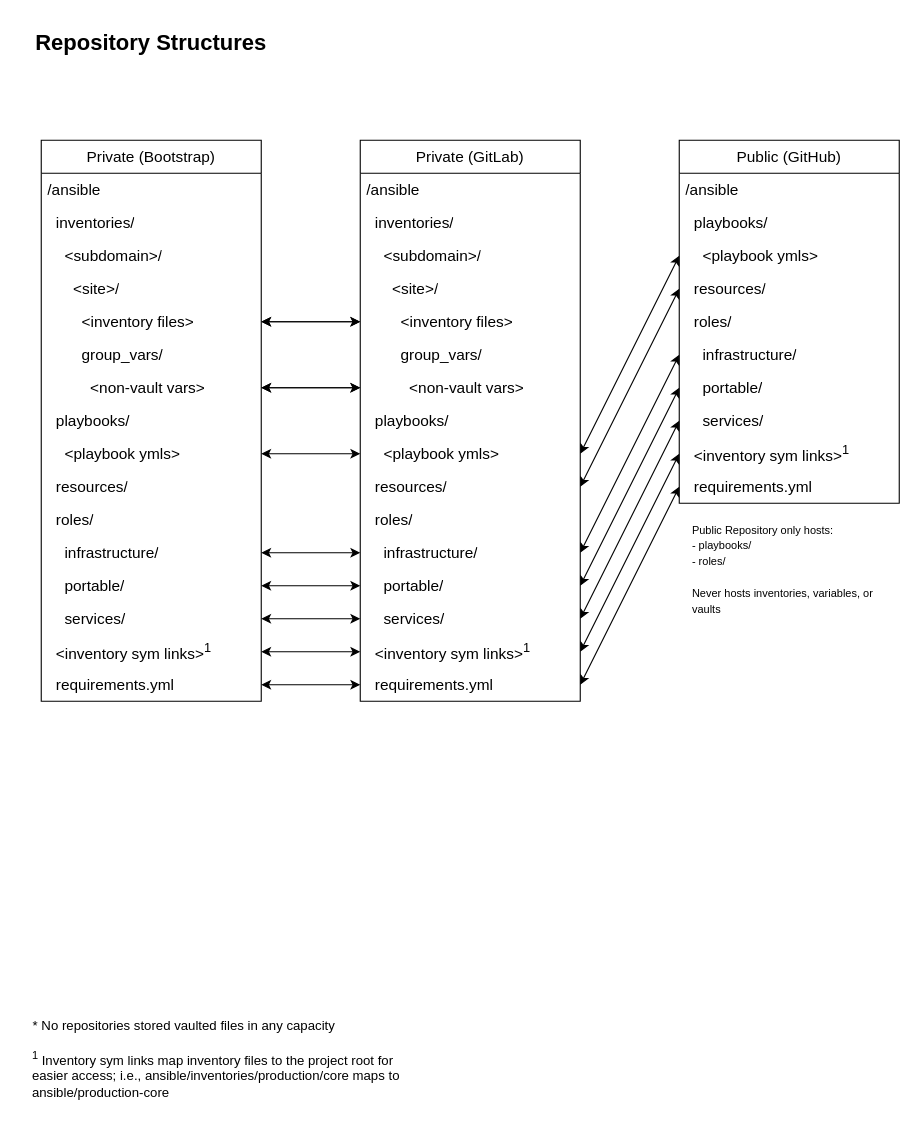
integrateddefense/lab_infra keeps this draw.io diagram as page "Page-2" (2 of 2) of diagrams/Subsystems/Code.drawio. Above is the earlier version. Source tidied: cells renumbered, new cells numbered last; positions are measured from the earlier drawing's top-left corner, leaving out a move shared by most shapes. Both pictures are drawn from the tidied source at 110%, with x=0, y=0 at pixel (19, 19).
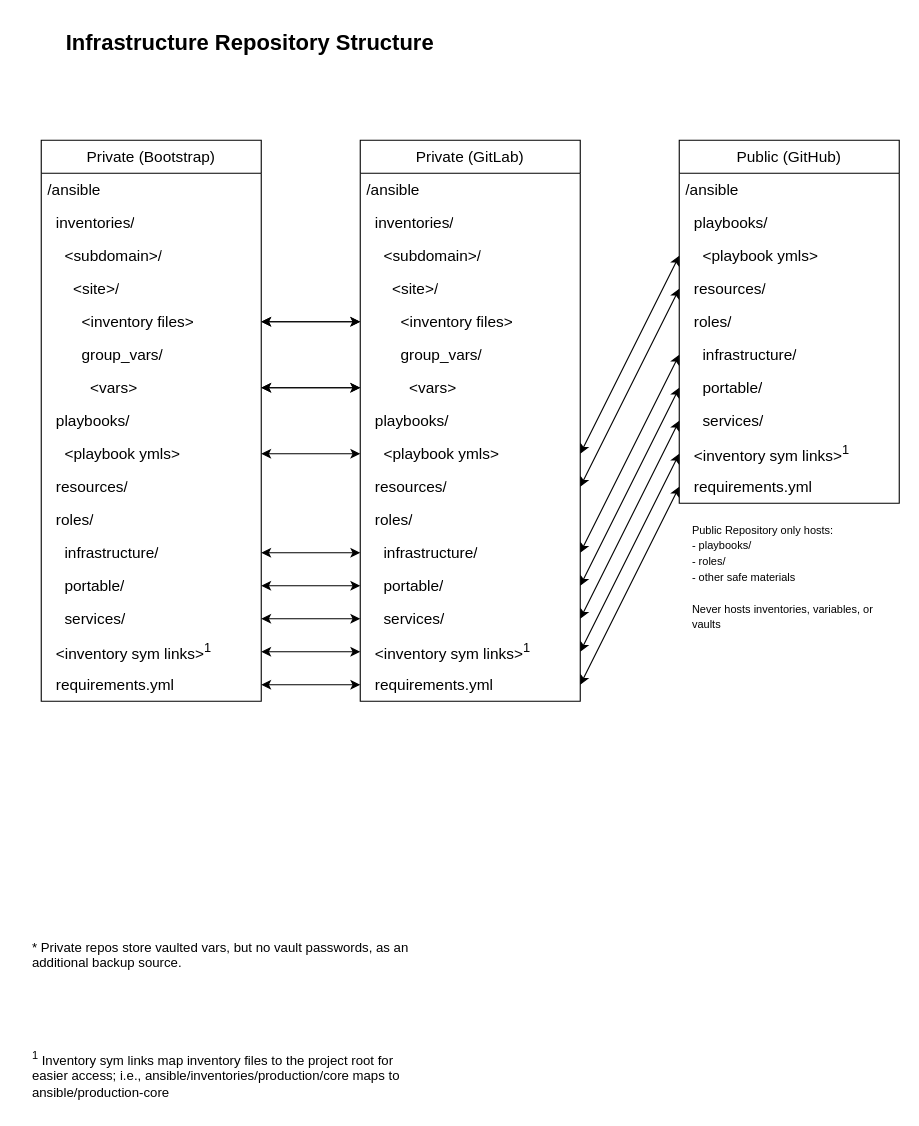
The same diagram, later.

Unchanged cells that the change refers to:
```xml
<mxCell id="2" value="Private (GitLab)" style="swimlane;fontStyle=0;horizontal=1;startSize=30;whiteSpace=wrap;html=1;fontSize=14;" parent="1" vertex="1">
  <mxGeometry x="310" y="110" width="200" height="510" as="geometry" />
</mxCell>
<mxCell id="31" value="Private (Bootstrap)" style="swimlane;fontStyle=0;horizontal=1;startSize=30;whiteSpace=wrap;html=1;fontSize=14;" parent="1" vertex="1">
  <mxGeometry x="20" y="110" width="200" height="510" as="geometry" />
</mxCell>
```

The edit, as a diff of the source:
```diff
@@
-    <mxCell id="9" value="&amp;nbsp; &amp;nbsp; &amp;nbsp; &amp;nbsp; &amp;nbsp; &amp;lt;non-vault vars&amp;gt;" style="text;strokeColor=none;fillColor=none;align=left;verticalAlign=middle;spacingLeft=4;spacingRight=4;overflow=hidden;points=[[0,0.5],[1,0.5]];portConstraint=eastwest;whiteSpace=wrap;html=1;fontSize=14;" parent="2" vertex="1">
+    <mxCell id="9" value="&amp;nbsp; &amp;nbsp; &amp;nbsp; &amp;nbsp; &amp;nbsp; &amp;lt;vars&amp;gt;" style="text;strokeColor=none;fillColor=none;align=left;verticalAlign=middle;spacingLeft=4;spacingRight=4;overflow=hidden;points=[[0,0.5],[1,0.5]];portConstraint=eastwest;whiteSpace=wrap;html=1;fontSize=14;" parent="2" vertex="1">
       <mxGeometry y="210" width="200" height="30" as="geometry" />
     </mxCell>
@@
-    <mxCell id="19" value="Repository Structures" style="text;html=1;align=center;verticalAlign=middle;whiteSpace=wrap;rounded=0;fontStyle=1;fontSize=20;" parent="1" vertex="1">
-      <mxGeometry width="240" height="40" as="geometry" />
+    <mxCell id="19" value="Infrastructure Repository Structure" style="text;html=1;align=center;verticalAlign=middle;whiteSpace=wrap;rounded=0;fontStyle=1;fontSize=20;" parent="1" vertex="1">
+      <mxGeometry width="420" height="40" as="geometry" />
     </mxCell>
@@
-    <mxCell id="38" value="&amp;nbsp; &amp;nbsp; &amp;nbsp; &amp;nbsp; &amp;nbsp; &amp;lt;non-vault vars&amp;gt;" style="text;strokeColor=none;fillColor=none;align=left;verticalAlign=middle;spacingLeft=4;spacingRight=4;overflow=hidden;points=[[0,0.5],[1,0.5]];portConstraint=eastwest;whiteSpace=wrap;html=1;fontSize=14;" parent="31" vertex="1">
+    <mxCell id="38" value="&amp;nbsp; &amp;nbsp; &amp;nbsp; &amp;nbsp; &amp;nbsp; &amp;lt;vars&amp;gt;" style="text;strokeColor=none;fillColor=none;align=left;verticalAlign=middle;spacingLeft=4;spacingRight=4;overflow=hidden;points=[[0,0.5],[1,0.5]];portConstraint=eastwest;whiteSpace=wrap;html=1;fontSize=14;" parent="31" vertex="1">
       <mxGeometry y="210" width="200" height="30" as="geometry" />
     </mxCell>
@@
-    <mxCell id="65" value="* No repositories stored vaulted files in any capacity" style="text;html=1;align=center;verticalAlign=middle;whiteSpace=wrap;rounded=0;" parent="1" vertex="1">
-      <mxGeometry y="900" width="300" height="30" as="geometry" />
-    </mxCell>
@@
-    <mxCell id="67" value="&lt;span style=&quot;font-size: 10px;&quot;&gt;Public Repository only hosts:&lt;br&gt;- playbooks/&lt;/span&gt;&lt;div&gt;&lt;span style=&quot;font-size: 10px;&quot;&gt;- roles/&lt;/span&gt;&lt;/div&gt;&lt;div&gt;&lt;span style=&quot;font-size: 10px;&quot;&gt;&lt;br&gt;&lt;/span&gt;&lt;/div&gt;&lt;div&gt;&lt;span style=&quot;font-size: 10px;&quot;&gt;Never hosts inventories, variables, or vaults&lt;/span&gt;&lt;/div&gt;" style="text;html=1;align=left;verticalAlign=top;whiteSpace=wrap;rounded=0;" parent="1" vertex="1">
+    <mxCell id="67" value="&lt;span style=&quot;font-size: 10px;&quot;&gt;Public Repository only hosts:&lt;br&gt;- playbooks/&lt;/span&gt;&lt;div&gt;&lt;span style=&quot;font-size: 10px;&quot;&gt;- roles/&lt;/span&gt;&lt;/div&gt;&lt;div&gt;&lt;span style=&quot;font-size: 10px;&quot;&gt;- other safe materials&lt;/span&gt;&lt;/div&gt;&lt;div&gt;&lt;span style=&quot;font-size: 10px;&quot;&gt;&lt;br&gt;&lt;/span&gt;&lt;/div&gt;&lt;div&gt;&lt;span style=&quot;font-size: 10px;&quot;&gt;Never hosts inventories, variables, or vaults&lt;/span&gt;&lt;/div&gt;" style="text;html=1;align=left;verticalAlign=top;whiteSpace=wrap;rounded=0;" parent="1" vertex="1">
       <mxGeometry x="610" y="450" width="180" height="100" as="geometry" />
     </mxCell>
+    <mxCell id="68" value="&lt;font&gt;* Private repos store vaulted vars, but no vault passwords, as an additional backup source.&lt;/font&gt;" style="text;html=1;align=left;verticalAlign=top;whiteSpace=wrap;rounded=0;" parent="1" vertex="1">
+      <mxGeometry x="10" y="830" width="360" height="60" as="geometry" />
+    </mxCell>
```
